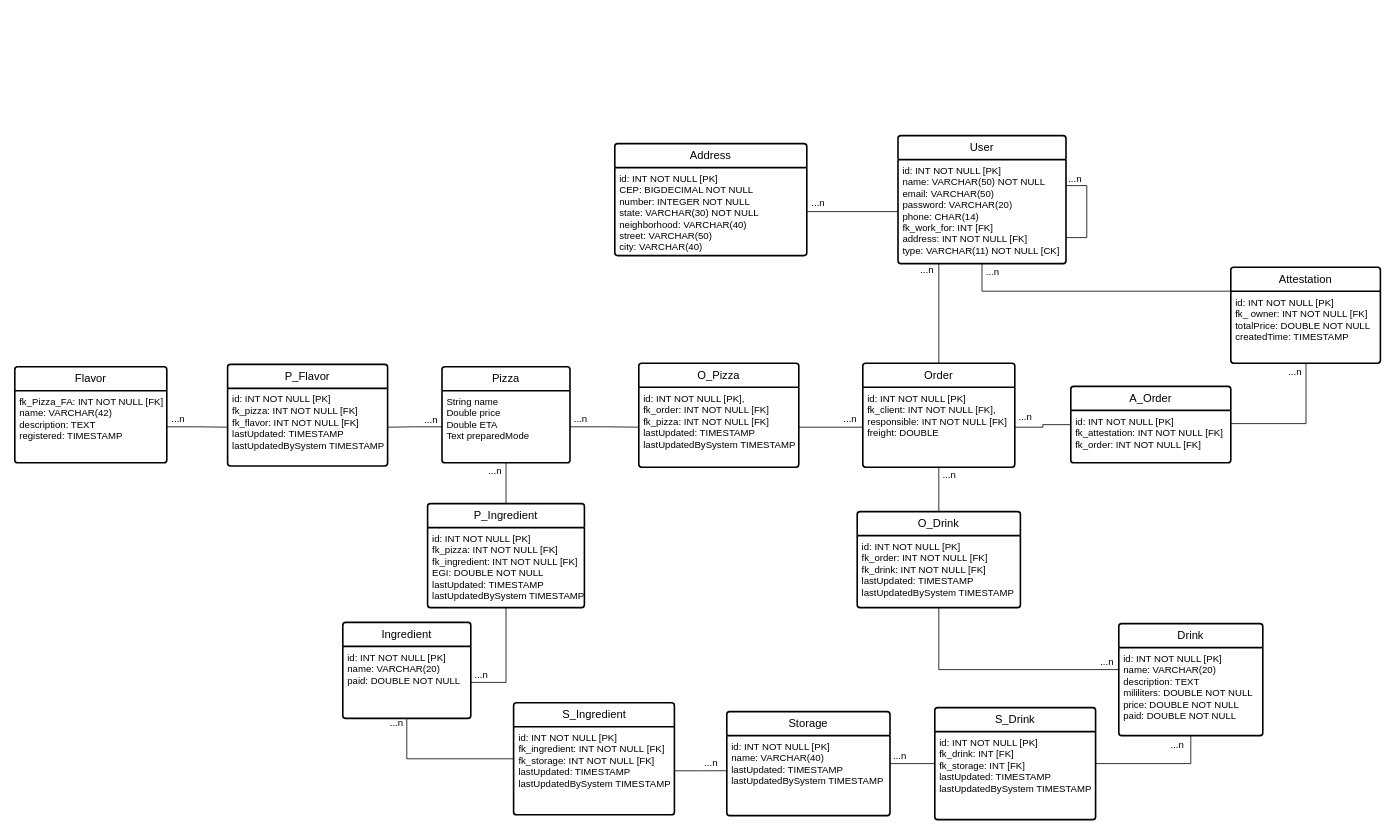
Above: page "Sketch_1-DER" (2 of 2) of DER Orderize.drawio in Sant-Thiago/Estudos (draw.io), before the change. Source tidied: cells renumbered, new cells numbered last; positions are measured from the earlier drawing's top-left corner, leaving out a move shared by most shapes. Both pictures are drawn from the tidied source at 80%, with x=0, y=0 at pixel (14, 135).
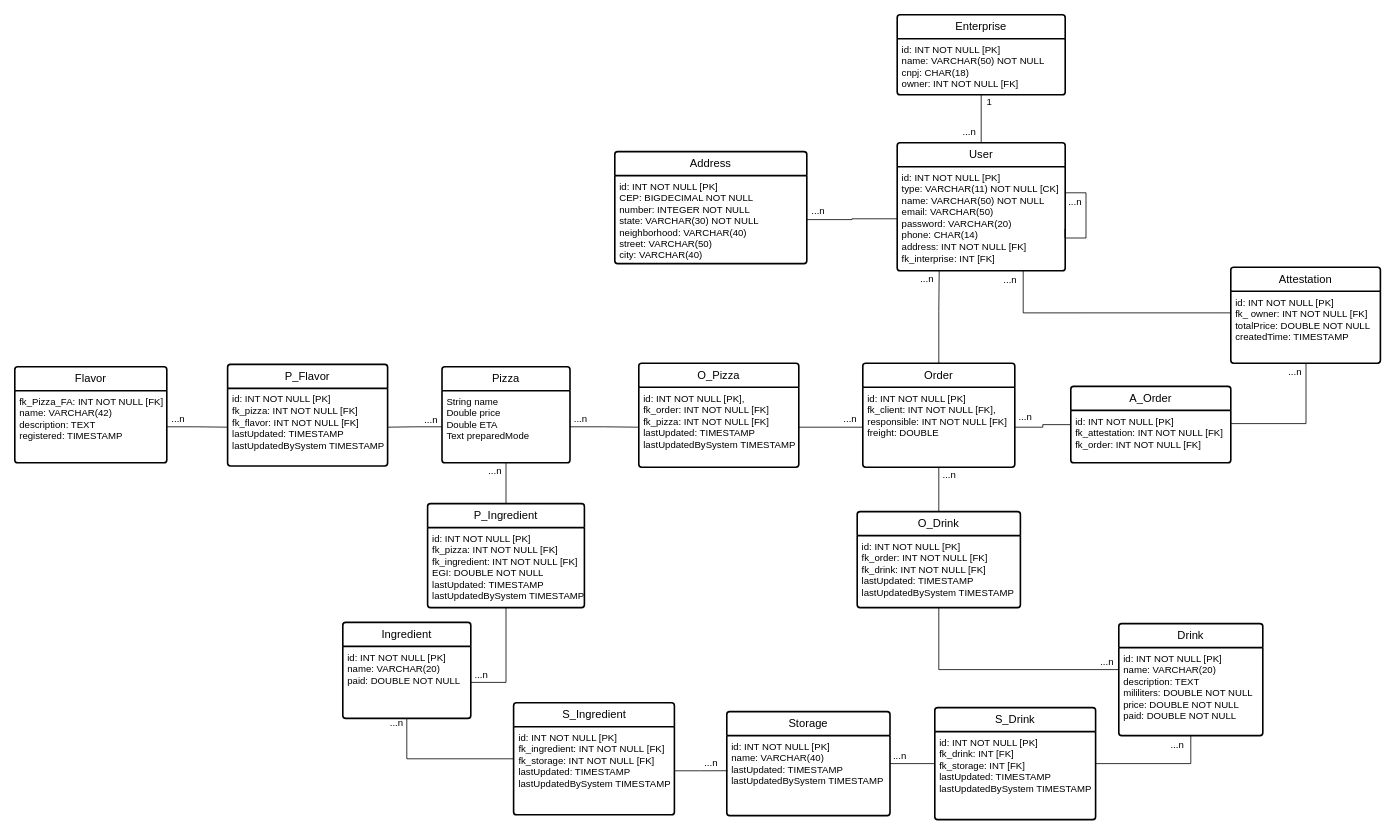
The same page after the edit.

The change refers to these unchanged cells:
```xml
<mxCell id="13" value="Ord&lt;span style=&quot;background-color: initial;&quot;&gt;er&lt;/span&gt;" style="swimlane;horizontal=1;startSize=30;rounded=1;fontSize=14;fontStyle=0;strokeWidth=2;shadow=0;dashed=0;align=center;arcSize=4;whiteSpace=wrap;html=1;" parent="1" vertex="1">
  <mxGeometry x="1060" y="284.5" width="190" height="130" as="geometry" />
</mxCell>
<mxCell id="18" value="Attestation" style="swimlane;horizontal=1;startSize=30;rounded=1;fontSize=14;fontStyle=0;strokeWidth=2;shadow=0;dashed=0;align=center;arcSize=4;whiteSpace=wrap;html=1;" parent="1" vertex="1">
  <mxGeometry x="1520" y="164.5" width="187" height="120" as="geometry" />
</mxCell>
<mxCell id="19" value="&lt;div&gt;id: INT NOT NULL [PK]&lt;/div&gt;&lt;div&gt;&lt;div&gt;&lt;span style=&quot;background-color: initial;&quot;&gt;fk_ owner: INT NOT NULL [FK]&lt;/span&gt;&lt;/div&gt;&lt;/div&gt;&lt;div&gt;&lt;span style=&quot;background-color: initial;&quot;&gt;totalPrice:&amp;nbsp;&lt;/span&gt;DOUBLE NOT NULL&lt;br&gt;&lt;/div&gt;&lt;div&gt;createdTime: TIMESTAMP&lt;/div&gt;&lt;div&gt;&lt;br&gt;&lt;/div&gt;" style="align=left;strokeColor=none;fillColor=none;spacingLeft=4;fontSize=12;verticalAlign=top;html=1;" parent="18" vertex="1">
  <mxGeometry y="30" width="187" height="90" as="geometry" />
</mxCell>
```

Change to the diagram source:
```diff
@@
     <mxCell id="5" value="User" style="swimlane;horizontal=1;startSize=30;rounded=1;fontSize=14;fontStyle=0;strokeWidth=2;shadow=0;dashed=0;align=center;arcSize=4;whiteSpace=wrap;html=1;" parent="1" vertex="1">
-      <mxGeometry x="1104" width="210" height="160" as="geometry" />
+      <mxGeometry x="1103" y="9" width="210" height="160" as="geometry" />
     </mxCell>
-    <mxCell id="6" value="&lt;div&gt;id: INT NOT NULL [PK]&lt;/div&gt;&lt;div&gt;&lt;span style=&quot;background-color: initial;&quot;&gt;name:&amp;nbsp;&lt;/span&gt;VARCHAR(50) NOT NULL&amp;nbsp;&lt;/div&gt;&lt;div&gt;email:&amp;nbsp;&lt;span style=&quot;background-color: initial;&quot;&gt;VARCHAR(50)&lt;/span&gt;&lt;/div&gt;&lt;div&gt;password:&amp;nbsp;&lt;span style=&quot;background-color: initial;&quot;&gt;VARCHAR(20)&lt;/span&gt;&lt;/div&gt;&lt;div&gt;phone: CHAR(14)&lt;/div&gt;&lt;div&gt;fk_work_for: INT [FK]&amp;nbsp;&amp;nbsp;&lt;/div&gt;&lt;div&gt;&lt;span style=&quot;background-color: initial;&quot;&gt;address: INT NOT NULL [FK]&lt;/span&gt;&lt;/div&gt;&lt;div&gt;&lt;span style=&quot;background-color: initial;&quot;&gt;type: VARCHAR(11) NOT NULL [CK]&lt;/span&gt;&lt;br&gt;&lt;/div&gt;&lt;div&gt;&lt;br&gt;&lt;/div&gt;" style="align=left;strokeColor=none;fillColor=none;spacingLeft=4;fontSize=12;verticalAlign=top;html=1;" parent="5" vertex="1">
+    <mxCell id="6" value="&lt;div&gt;id: INT NOT NULL [PK]&lt;/div&gt;&lt;div&gt;&lt;span style=&quot;background-color: initial;&quot;&gt;type: VARCHAR(11) NOT NULL [CK]&lt;/span&gt;&lt;/div&gt;&lt;div&gt;&lt;span style=&quot;background-color: initial;&quot;&gt;name:&amp;nbsp;&lt;/span&gt;VARCHAR(50) NOT NULL&amp;nbsp;&lt;/div&gt;&lt;div&gt;email:&amp;nbsp;&lt;span style=&quot;background-color: initial;&quot;&gt;VARCHAR(50)&lt;/span&gt;&lt;/div&gt;&lt;div&gt;password:&amp;nbsp;&lt;span style=&quot;background-color: initial;&quot;&gt;VARCHAR(20)&lt;/span&gt;&lt;/div&gt;&lt;div&gt;phone: CHAR(14)&lt;/div&gt;&lt;div&gt;&lt;span style=&quot;background-color: initial;&quot;&gt;address: INT NOT NULL [FK]&lt;/span&gt;&lt;/div&gt;&lt;div&gt;fk_interprise: INT [FK]&amp;nbsp; &lt;br&gt;&lt;/div&gt;&lt;div&gt;&lt;br&gt;&lt;/div&gt;&lt;div&gt;&lt;span style=&quot;background-color: initial;&quot;&gt;&lt;br&gt;&lt;/span&gt;&lt;/div&gt;&lt;div&gt;&lt;br&gt;&lt;/div&gt;&lt;div&gt;&lt;br&gt;&lt;/div&gt;" style="align=left;strokeColor=none;fillColor=none;spacingLeft=4;fontSize=12;verticalAlign=top;html=1;" parent="5" vertex="1">
       <mxGeometry y="30" width="210" height="130" as="geometry" />
     </mxCell>
-    <mxCell id="7" style="edgeStyle=orthogonalEdgeStyle;rounded=0;orthogonalLoop=1;jettySize=auto;html=1;entryX=1;entryY=0.25;entryDx=0;entryDy=0;exitX=1;exitY=0.75;exitDx=0;exitDy=0;endArrow=none;endFill=0;endSize=12;" parent="5" edge="1" source="6" target="6">
+    <mxCell id="7" style="edgeStyle=orthogonalEdgeStyle;rounded=0;orthogonalLoop=1;jettySize=auto;html=1;entryX=1;entryY=0.25;entryDx=0;entryDy=0;endArrow=none;endFill=0;endSize=12;exitX=0.999;exitY=0.596;exitDx=0;exitDy=0;exitPerimeter=0;" parent="5" edge="1" source="6" target="6">
       <mxGeometry relative="1" as="geometry">
         <Array as="points">
-          <mxPoint x="236" y="128" />
+          <mxPoint x="236" y="119" />
           <mxPoint x="236" y="63" />
+          <mxPoint x="210" y="63" />
         </Array>
       </mxGeometry>
     </mxCell>
@@
     <mxCell id="12" style="edgeStyle=orthogonalEdgeStyle;rounded=0;jettySize=auto;html=1;endArrow=none;endFill=0;entryX=0.25;entryY=1;entryDx=0;entryDy=0;" parent="1" edge="1" source="13" target="6">
       <mxGeometry relative="1" as="geometry">
         <Array as="points">
-          <mxPoint x="1155" y="160" />
+          <mxPoint x="1155" y="220" />
+          <mxPoint x="1156" y="220" />
         </Array>
       </mxGeometry>
     </mxCell>
@@
     <mxCell id="15" value="Address" style="swimlane;horizontal=1;startSize=30;rounded=1;fontSize=14;fontStyle=0;strokeWidth=2;shadow=0;dashed=0;align=center;arcSize=4;whiteSpace=wrap;html=1;" parent="1" vertex="1">
-      <mxGeometry x="750" y="10" width="240" height="140" as="geometry" />
+      <mxGeometry x="750" y="20" width="240" height="140" as="geometry" />
     </mxCell>
@@
-    <mxCell id="17" style="edgeStyle=orthogonalEdgeStyle;rounded=0;jettySize=auto;html=1;exitX=0;exitY=0.25;exitDx=0;exitDy=0;endArrow=none;endFill=0;endSize=12;" parent="1" edge="1" source="18" target="6">
+    <mxCell id="17" style="edgeStyle=orthogonalEdgeStyle;rounded=0;jettySize=auto;html=1;exitX=-0.002;exitY=0.301;exitDx=0;exitDy=0;endArrow=none;endFill=0;endSize=12;entryX=0.75;entryY=1;entryDx=0;entryDy=0;exitPerimeter=0;" parent="1" edge="1" source="19" target="6">
       <mxGeometry relative="1" as="geometry" />
     </mxCell>
@@
     <mxCell id="60" value="...&lt;span style=&quot;background-color: initial;&quot;&gt;n&lt;/span&gt;" style="text;html=1;align=center;verticalAlign=middle;strokeColor=none;fillColor=none;" parent="1" vertex="1">
-      <mxGeometry x="984" y="70" width="40" height="30" as="geometry" />
+      <mxGeometry x="984" y="80" width="40" height="30" as="geometry" />
     </mxCell>
     <mxCell id="61" value="...&lt;span style=&quot;background-color: initial;&quot;&gt;n&lt;/span&gt;" style="text;html=1;align=center;verticalAlign=middle;strokeColor=none;fillColor=none;" parent="1" vertex="1">
-      <mxGeometry x="1305" y="39" width="40" height="30" as="geometry" />
+      <mxGeometry x="1305" y="68" width="40" height="30" as="geometry" />
     </mxCell>
     <mxCell id="62" value="...&lt;span style=&quot;background-color: initial;&quot;&gt;n&lt;/span&gt;" style="text;html=1;align=center;verticalAlign=middle;strokeColor=none;fillColor=none;" parent="1" vertex="1">
-      <mxGeometry x="1120" y="153" width="40" height="30" as="geometry" />
+      <mxGeometry x="1120" y="164" width="40" height="30" as="geometry" />
     </mxCell>
     <mxCell id="63" value="...&lt;span style=&quot;background-color: initial;&quot;&gt;n&lt;/span&gt;" style="text;html=1;align=center;verticalAlign=middle;strokeColor=none;fillColor=none;" parent="1" vertex="1">
-      <mxGeometry x="1202" y="156" width="40" height="30" as="geometry" />
+      <mxGeometry x="1224" y="166" width="40" height="30" as="geometry" />
     </mxCell>
@@
+    <mxCell id="70" value="Enterprise" style="swimlane;horizontal=1;startSize=30;rounded=1;fontSize=14;fontStyle=0;strokeWidth=2;shadow=0;dashed=0;align=center;arcSize=4;whiteSpace=wrap;html=1;" parent="1" vertex="1">
+      <mxGeometry x="1103" y="-151" width="210" height="100" as="geometry" />
+    </mxCell>
+    <mxCell id="71" value="&lt;div&gt;id: INT NOT NULL [PK]&lt;/div&gt;&lt;div&gt;&lt;span style=&quot;background-color: initial;&quot;&gt;name:&amp;nbsp;&lt;/span&gt;VARCHAR(50) NOT NULL&amp;nbsp;&lt;/div&gt;&lt;div&gt;cnpj: &lt;span style=&quot;background-color: initial;&quot;&gt;CHAR(18)&lt;/span&gt;&lt;/div&gt;&lt;div&gt;&lt;span style=&quot;background-color: initial;&quot;&gt;owner: INT NOT NULL [FK]&lt;br&gt;&lt;/span&gt;&lt;/div&gt;" style="align=left;strokeColor=none;fillColor=none;spacingLeft=4;fontSize=12;verticalAlign=top;html=1;" parent="70" vertex="1">
+      <mxGeometry y="30" width="210" height="70" as="geometry" />
+    </mxCell>
+    <mxCell id="72" style="edgeStyle=orthogonalEdgeStyle;rounded=0;jettySize=auto;html=1;entryX=0.5;entryY=0;entryDx=0;entryDy=0;endArrow=none;endFill=0;" parent="1" edge="1" source="71" target="5">
+      <mxGeometry relative="1" as="geometry" />
+    </mxCell>
+    <mxCell id="73" value="...&lt;span style=&quot;background-color: initial;&quot;&gt;n&lt;/span&gt;" style="text;html=1;align=center;verticalAlign=middle;strokeColor=none;fillColor=none;" parent="1" vertex="1">
+      <mxGeometry x="1173" y="-19" width="40" height="30" as="geometry" />
+    </mxCell>
+    <mxCell id="74" value="1" style="text;html=1;align=center;verticalAlign=middle;strokeColor=none;fillColor=none;" parent="1" vertex="1">
+      <mxGeometry x="1203" y="-57" width="30" height="30" as="geometry" />
+    </mxCell>
```
